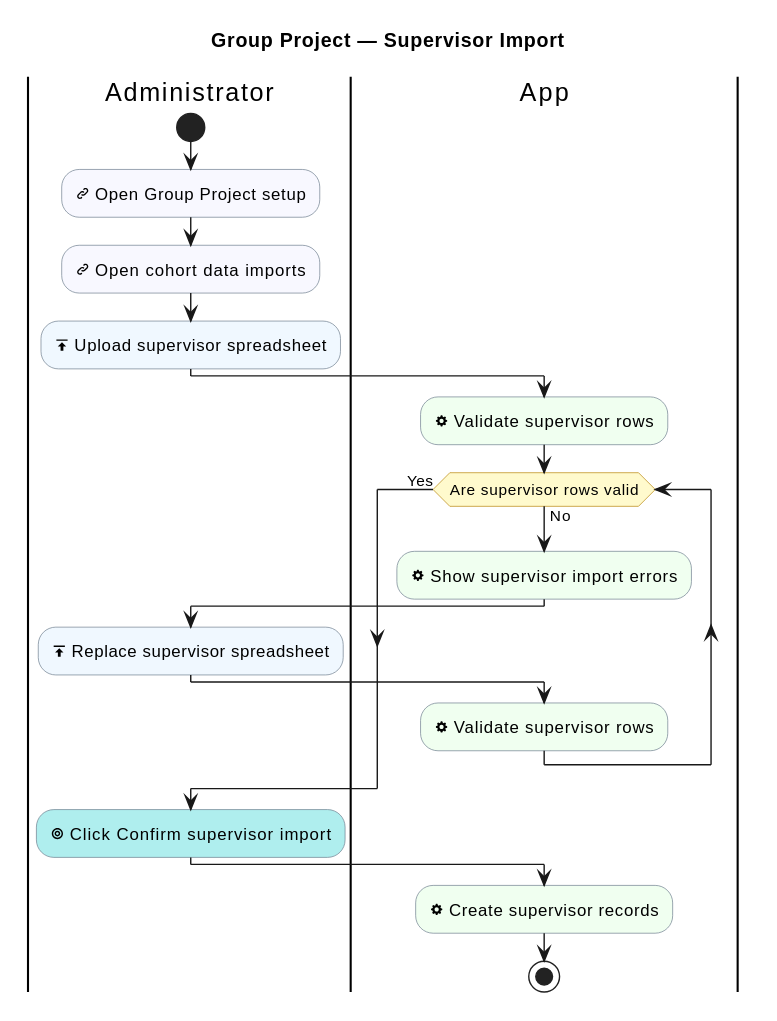
Before: industrial-placement-group-project/diagrams/group-project/supervisor-import.svg, a diagram exported from PlantUML (sdflkjssl/sdflkjssl.github.io).
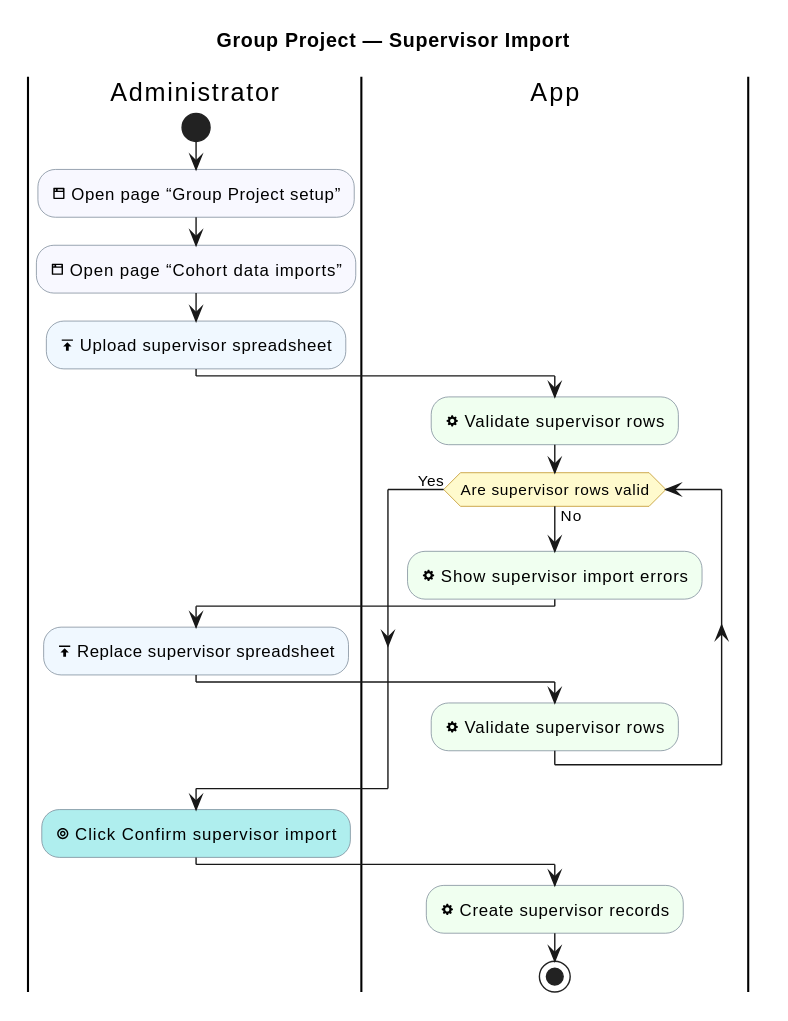
Above is the later version.

What changed in the source:
```diff
@@ -12,8 +12,8 @@
 
 |Administrator|
 start
-:<&link-intact> Open Group Project setup; <<#GhostWhite>>
-:<&link-intact> Open cohort data imports; <<#GhostWhite>>
+:<&browser> Open page “Group Project setup”; <<#GhostWhite>>
+:<&browser> Open page “Cohort data imports”; <<#GhostWhite>>
 :<&data-transfer-upload> Upload supervisor spreadsheet; <<#AliceBlue>>
 |App|
 :<&cog> Validate supervisor rows; <<#HoneyDew>>
```
